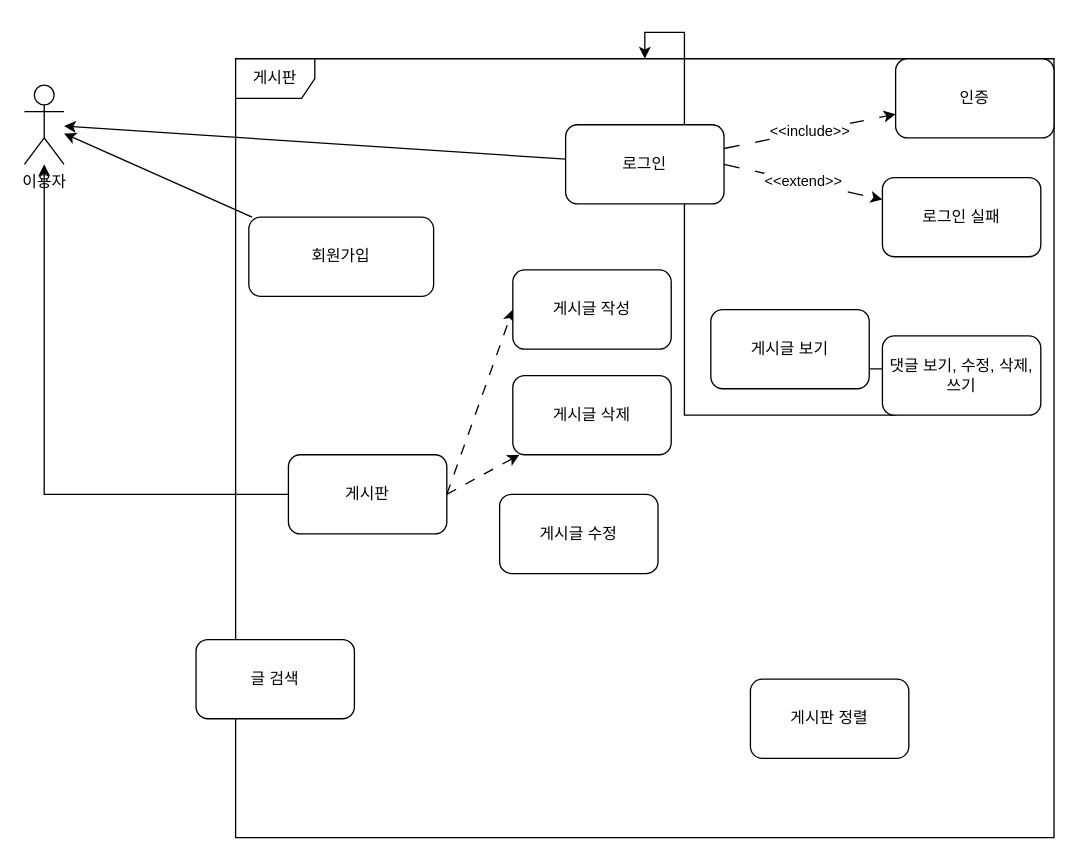
Earlier version of the draw.io diagram 제목 없는 다이어그램.drawio (leejh63/naman). Source tidied: cells renumbered, new cells numbered last; positions are measured from the earlier drawing's top-left corner, leaving out a move shared by most shapes. Both pictures are drawn from the tidied source at 132%, with x=0, y=0 at pixel (24, 58).
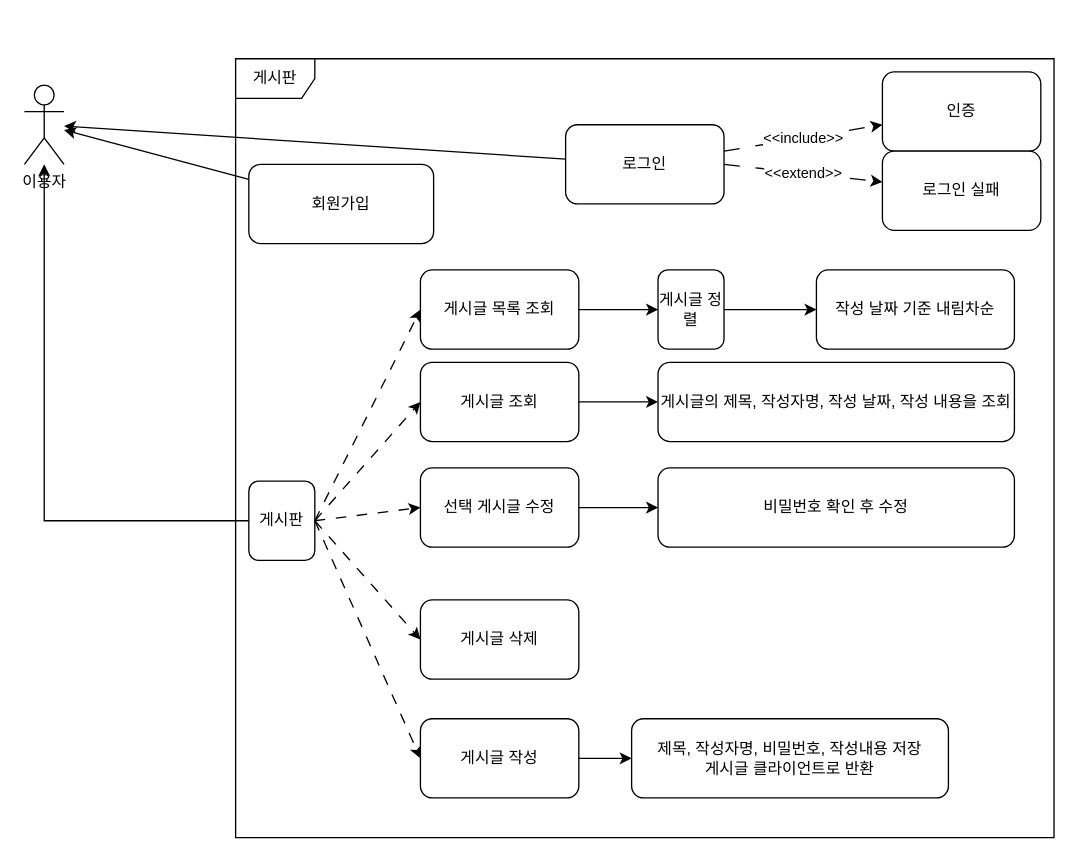
After the change.

Commit message:
제목 없는 다이어그램.drawio 업데이트

The change refers to these unchanged cells:
```xml
<mxCell id="3" value="게시판" style="shape=umlFrame;whiteSpace=wrap;html=1;" parent="1" vertex="1">
  <mxGeometry x="160" width="620" height="590" as="geometry" />
</mxCell>
```

Diff of the diagram source:
```diff
@@
     <mxCell id="7" value="회원가입" style="rounded=1;whiteSpace=wrap;html=1;" parent="1" vertex="1">
-      <mxGeometry x="170" y="120" width="140" height="60" as="geometry" />
+      <mxGeometry x="170" y="80" width="140" height="60" as="geometry" />
     </mxCell>
     <mxCell id="8" value="인증" style="rounded=1;whiteSpace=wrap;html=1;" parent="1" vertex="1">
-      <mxGeometry x="660" width="120" height="60" as="geometry" />
+      <mxGeometry x="650" y="10" width="120" height="60" as="geometry" />
     </mxCell>
-    <mxCell id="9" value="게시글 삭제" style="rounded=1;whiteSpace=wrap;html=1;" parent="1" vertex="1">
-      <mxGeometry x="370" y="240" width="120" height="60" as="geometry" />
+    <mxCell id="9" value="선택 게시글 수정" style="rounded=1;whiteSpace=wrap;html=1;" parent="1" vertex="1">
+      <mxGeometry x="300" y="310" width="120" height="60" as="geometry" />
     </mxCell>
@@
-    <mxCell id="11" style="rounded=0;jettySize=auto;html=1;exitX=1;exitY=0.5;exitDx=0;exitDy=0;dashed=1;dashPattern=8 8;" parent="1" edge="1" source="13" target="9">
+    <mxCell id="11" style="rounded=0;jettySize=auto;html=1;exitX=1;exitY=0.5;exitDx=0;exitDy=0;dashed=1;dashPattern=8 8;entryX=0;entryY=0.5;entryDx=0;entryDy=0;" parent="1" edge="1" source="13" target="9">
       <mxGeometry relative="1" as="geometry" />
     </mxCell>
@@
     <mxCell id="13" value="게시판" style="rounded=1;whiteSpace=wrap;html=1;" parent="1" vertex="1">
-      <mxGeometry x="200" y="300" width="120" height="60" as="geometry" />
+      <mxGeometry x="170" y="320" width="50" height="60" as="geometry" />
     </mxCell>
+    <mxCell id="25" style="edgeStyle=orthogonalEdgeStyle;rounded=0;jettySize=auto;html=1;entryX=0;entryY=0.5;entryDx=0;entryDy=0;" parent="1" edge="1" source="14" target="31">
+      <mxGeometry relative="1" as="geometry" />
+    </mxCell>
-    <mxCell id="14" value="게시글 작성" style="rounded=1;whiteSpace=wrap;html=1;" parent="1" vertex="1">
-      <mxGeometry x="370" y="160" width="120" height="60" as="geometry" />
+    <mxCell id="14" value="게시글 목록 조회" style="rounded=1;whiteSpace=wrap;html=1;" parent="1" vertex="1">
+      <mxGeometry x="300" y="160" width="120" height="60" as="geometry" />
     </mxCell>
     <mxCell id="15" value="로그인 실패" style="rounded=1;whiteSpace=wrap;html=1;" parent="1" vertex="1">
-      <mxGeometry x="650" y="90" width="120" height="60" as="geometry" />
+      <mxGeometry x="650" y="70" width="120" height="60" as="geometry" />
     </mxCell>
-    <mxCell id="16" value="게시판 정렬" style="rounded=1;whiteSpace=wrap;html=1;" parent="1" vertex="1">
-      <mxGeometry x="550" y="470" width="120" height="60" as="geometry" />
-    </mxCell>
-    <mxCell id="17" value="글 검색" style="rounded=1;whiteSpace=wrap;html=1;" parent="1" vertex="1">
-      <mxGeometry x="130" y="440" width="120" height="60" as="geometry" />
+    <mxCell id="17" value="게시글 작성" style="rounded=1;whiteSpace=wrap;html=1;" parent="1" vertex="1">
+      <mxGeometry x="300" y="500" width="120" height="60" as="geometry" />
     </mxCell>
-    <mxCell id="18" style="edgeStyle=orthogonalEdgeStyle;rounded=0;jettySize=auto;html=1;exitX=1;exitY=0.75;exitDx=0;exitDy=0;" parent="1" edge="1" source="19" target="3">
-      <mxGeometry relative="1" as="geometry" />
-    </mxCell>
-    <mxCell id="19" value="게시글 보기" style="rounded=1;whiteSpace=wrap;html=1;" parent="1" vertex="1">
-      <mxGeometry x="520" y="190" width="120" height="60" as="geometry" />
-    </mxCell>
-    <mxCell id="20" value="게시글 수정" style="rounded=1;whiteSpace=wrap;html=1;" parent="1" vertex="1">
-      <mxGeometry x="360" y="330" width="120" height="60" as="geometry" />
+    <mxCell id="20" value="게시글 조회" style="rounded=1;whiteSpace=wrap;html=1;" parent="1" vertex="1">
+      <mxGeometry x="300" y="230" width="120" height="60" as="geometry" />
     </mxCell>
-    <mxCell id="21" value="댓글 보기, 수정, 삭제, 쓰기" style="rounded=1;whiteSpace=wrap;html=1;" parent="1" vertex="1">
-      <mxGeometry x="650" y="210" width="120" height="60" as="geometry" />
+    <mxCell id="21" value="게시글 삭제" style="rounded=1;whiteSpace=wrap;html=1;" parent="1" vertex="1">
+      <mxGeometry x="300" y="410" width="120" height="60" as="geometry" />
     </mxCell>
@@
+    <mxCell id="26" style="rounded=0;jettySize=auto;html=1;exitX=1;exitY=0.5;exitDx=0;exitDy=0;dashed=1;dashPattern=8 8;entryX=0;entryY=0.5;entryDx=0;entryDy=0;" parent="1" edge="1" source="13" target="20">
+      <mxGeometry relative="1" as="geometry" />
+    </mxCell>
+    <mxCell id="27" style="rounded=0;jettySize=auto;html=1;dashed=1;dashPattern=8 8;entryX=0;entryY=0.5;entryDx=0;entryDy=0;exitX=1;exitY=0.5;exitDx=0;exitDy=0;" parent="1" edge="1" source="13" target="21">
+      <mxGeometry relative="1" as="geometry" />
+    </mxCell>
+    <mxCell id="28" style="rounded=0;jettySize=auto;html=1;dashed=1;dashPattern=8 8;entryX=0;entryY=0.5;entryDx=0;entryDy=0;exitX=1;exitY=0.5;exitDx=0;exitDy=0;" parent="1" edge="1" source="13" target="17">
+      <mxGeometry relative="1" as="geometry" />
+    </mxCell>
+    <mxCell id="29" value="작성 날짜 기준 내림차순" style="rounded=1;whiteSpace=wrap;html=1;" parent="1" vertex="1">
+      <mxGeometry x="600" y="160" width="150" height="60" as="geometry" />
+    </mxCell>
+    <mxCell id="30" style="edgeStyle=orthogonalEdgeStyle;rounded=0;jettySize=auto;html=1;entryX=0;entryY=0.5;entryDx=0;entryDy=0;" parent="1" edge="1" source="31" target="29">
+      <mxGeometry relative="1" as="geometry" />
+    </mxCell>
+    <mxCell id="31" value="게시글 정렬" style="rounded=1;whiteSpace=wrap;html=1;" parent="1" vertex="1">
+      <mxGeometry x="480" y="160" width="50" height="60" as="geometry" />
+    </mxCell>
+    <mxCell id="32" style="edgeStyle=orthogonalEdgeStyle;rounded=0;jettySize=auto;html=1;entryX=0;entryY=0.5;entryDx=0;entryDy=0;" parent="1" edge="1" source="17" target="33">
+      <mxGeometry relative="1" as="geometry" />
+    </mxCell>
+    <mxCell id="33" value="제목, 작성자명, 비밀번호, 작성내용 저장&lt;br&gt;게시글 클라이언트로 반환" style="rounded=1;whiteSpace=wrap;html=1;" parent="1" vertex="1">
+      <mxGeometry x="460" y="500" width="240" height="60" as="geometry" />
+    </mxCell>
+    <mxCell id="34" style="edgeStyle=orthogonalEdgeStyle;rounded=0;jettySize=auto;html=1;entryX=0;entryY=0.5;entryDx=0;entryDy=0;exitX=1;exitY=0.5;exitDx=0;exitDy=0;" parent="1" edge="1" source="20" target="35">
+      <mxGeometry relative="1" as="geometry" />
+    </mxCell>
+    <mxCell id="35" value="게시글의 제목, 작성자명, 작성 날짜, 작성 내용을 조회" style="rounded=1;whiteSpace=wrap;html=1;" parent="1" vertex="1">
+      <mxGeometry x="480" y="230" width="270" height="60" as="geometry" />
+    </mxCell>
+    <mxCell id="36" style="edgeStyle=orthogonalEdgeStyle;rounded=0;jettySize=auto;html=1;entryX=0;entryY=0.5;entryDx=0;entryDy=0;exitX=1;exitY=0.5;exitDx=0;exitDy=0;" parent="1" edge="1" source="9" target="37">
+      <mxGeometry relative="1" as="geometry" />
+    </mxCell>
+    <mxCell id="37" value="비밀번호 확인 후 수정" style="rounded=1;whiteSpace=wrap;html=1;" parent="1" vertex="1">
+      <mxGeometry x="480" y="310" width="270" height="60" as="geometry" />
+    </mxCell>
```
